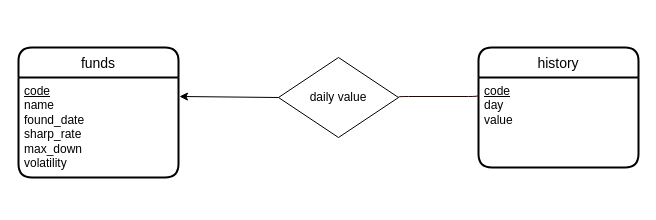
This is schemas/E-R.drawio from Concyclics/db_big_homework, a draw.io file, before an edit. Source tidied: cells renumbered, new cells numbered last; positions are measured from the earlier drawing's top-left corner, leaving out a move shared by most shapes. Both pictures are drawn from the tidied source at 100%, with x=0, y=0 at pixel (18, 47).
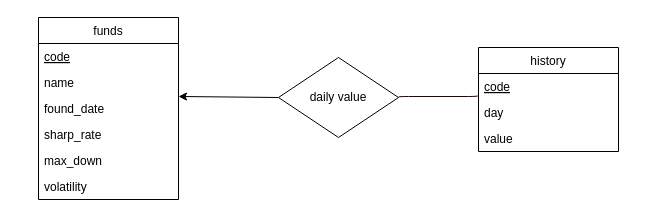
Above is the later version.

What changed in the source:
```diff
@@
 <mxGraphModel>
   <root>
     <mxCell id="0" />
     <mxCell id="1" parent="0" />
-    <mxCell id="2" value="funds" style="swimlane;horizontal=1;startSize=30;rounded=1;fontSize=14;fontStyle=0;strokeWidth=2;shadow=0;dashed=0;align=center;" parent="1" vertex="1">
-      <mxGeometry width="160" height="130" as="geometry" />
-    </mxCell>
-    <mxCell id="3" value="&lt;u&gt;code&lt;br&gt;&lt;/u&gt;name&lt;br&gt;found_date&lt;br&gt;sharp_rate&lt;br&gt;max_down&lt;br&gt;volatility" style="align=left;strokeColor=none;fillColor=none;spacingLeft=4;fontSize=12;verticalAlign=top;html=1;" parent="2" vertex="1">
-      <mxGeometry y="30" width="160" height="100" as="geometry" />
-    </mxCell>
-    <mxCell id="4" value="history" style="swimlane;horizontal=1;startSize=30;rounded=1;fontSize=14;fontStyle=0;strokeWidth=2;shadow=0;dashed=0;align=center;" parent="1" vertex="1">
-      <mxGeometry x="460" width="160" height="120" as="geometry" />
-    </mxCell>
-    <mxCell id="5" value="&lt;u&gt;code&lt;/u&gt;&lt;br&gt;day&lt;br&gt;value" style="align=left;strokeColor=none;fillColor=none;spacingLeft=4;fontSize=12;verticalAlign=top;html=1;" parent="4" vertex="1">
-      <mxGeometry y="30" width="160" height="90" as="geometry" />
-    </mxCell>
     <mxCell id="6" value="daily value" style="rhombus;whiteSpace=wrap;html=1;" parent="1" vertex="1">
       <mxGeometry x="260" y="10" width="120" height="80" as="geometry" />
     </mxCell>
-    <mxCell id="7" style="endArrow=classic;html=1;exitX=0;exitY=0.5;exitDx=0;exitDy=0;entryX=1.006;entryY=0.19;entryDx=0;entryDy=0;entryPerimeter=0;" parent="1" edge="1" source="6" target="3">
+    <mxCell id="7" style="endArrow=classic;html=1;exitX=0;exitY=0.5;exitDx=0;exitDy=0;entryX=1;entryY=0.038;entryDx=0;entryDy=0;entryPerimeter=0;" parent="1" edge="1" source="6" target="14">
       <mxGeometry relative="1" as="geometry" />
     </mxCell>
-    <mxCell id="8" style="edgeStyle=elbowEdgeStyle;html=1;endArrow=none;elbow=vertical;strokeColor=#330000;exitX=1;exitY=0.5;exitDx=0;exitDy=0;entryX=0;entryY=0.189;entryDx=0;entryDy=0;entryPerimeter=0;" parent="1" edge="1" source="6" target="5">
+    <mxCell id="8" style="edgeStyle=elbowEdgeStyle;html=1;endArrow=none;elbow=vertical;strokeColor=#330000;exitX=1;exitY=0.5;exitDx=0;exitDy=0;entryX=0;entryY=0.808;entryDx=0;entryDy=0;entryPerimeter=0;" parent="1" edge="1" source="6" target="9">
       <mxGeometry relative="1" as="geometry" />
     </mxCell>
+    <mxCell id="4" value="history" style="swimlane;fontStyle=0;horizontal=1;startSize=26;" parent="1" vertex="1">
+      <mxGeometry x="460" width="140" height="104" as="geometry" />
+    </mxCell>
+    <mxCell id="9" value="code" style="text;strokeColor=none;fillColor=none;align=left;verticalAlign=top;spacingLeft=4;spacingRight=4;overflow=hidden;points=[[0,0.5],[1,0.5]];portConstraint=eastwest;fontStyle=4;" parent="4" vertex="1">
+      <mxGeometry y="26" width="140" height="26" as="geometry" />
+    </mxCell>
+    <mxCell id="10" value="day" style="text;strokeColor=none;fillColor=none;align=left;verticalAlign=top;spacingLeft=4;spacingRight=4;overflow=hidden;" parent="4" vertex="1">
+      <mxGeometry y="52" width="140" height="26" as="geometry" />
+    </mxCell>
+    <mxCell id="11" value="value" style="text;strokeColor=none;fillColor=none;align=left;verticalAlign=top;spacingLeft=4;spacingRight=4;overflow=hidden;" parent="4" vertex="1">
+      <mxGeometry y="78" width="140" height="26" as="geometry" />
+    </mxCell>
+    <mxCell id="2" value="funds" style="swimlane;fontStyle=0;horizontal=1;startSize=26;" parent="1" vertex="1">
+      <mxGeometry x="20" y="-30" width="140" height="182" as="geometry" />
+    </mxCell>
+    <mxCell id="12" value="code" style="text;strokeColor=none;fillColor=none;align=left;verticalAlign=top;spacingLeft=4;spacingRight=4;overflow=hidden;fontStyle=4;" parent="2" vertex="1">
+      <mxGeometry y="26" width="140" height="26" as="geometry" />
+    </mxCell>
+    <mxCell id="13" value="name" style="text;strokeColor=none;fillColor=none;align=left;verticalAlign=top;spacingLeft=4;spacingRight=4;overflow=hidden;" parent="2" vertex="1">
+      <mxGeometry y="52" width="140" height="26" as="geometry" />
+    </mxCell>
+    <mxCell id="14" value="found_date" style="text;strokeColor=none;fillColor=none;align=left;verticalAlign=top;spacingLeft=4;spacingRight=4;overflow=hidden;points=[[0,0.5],[1,0.5]];portConstraint=eastwest;" parent="2" vertex="1">
+      <mxGeometry y="78" width="140" height="26" as="geometry" />
+    </mxCell>
+    <mxCell id="15" value="sharp_rate" style="text;strokeColor=none;fillColor=none;align=left;verticalAlign=top;spacingLeft=4;spacingRight=4;overflow=hidden;" parent="2" vertex="1">
+      <mxGeometry y="104" width="140" height="26" as="geometry" />
+    </mxCell>
+    <mxCell id="16" value="max_down" style="text;strokeColor=none;fillColor=none;align=left;verticalAlign=top;spacingLeft=4;spacingRight=4;overflow=hidden;" parent="2" vertex="1">
+      <mxGeometry y="130" width="140" height="26" as="geometry" />
+    </mxCell>
+    <mxCell id="17" value="volatility" style="text;strokeColor=none;fillColor=none;align=left;verticalAlign=top;spacingLeft=4;spacingRight=4;overflow=hidden;" parent="2" vertex="1">
+      <mxGeometry y="156" width="140" height="26" as="geometry" />
+    </mxCell>
   </root>
 </mxGraphModel>
```
